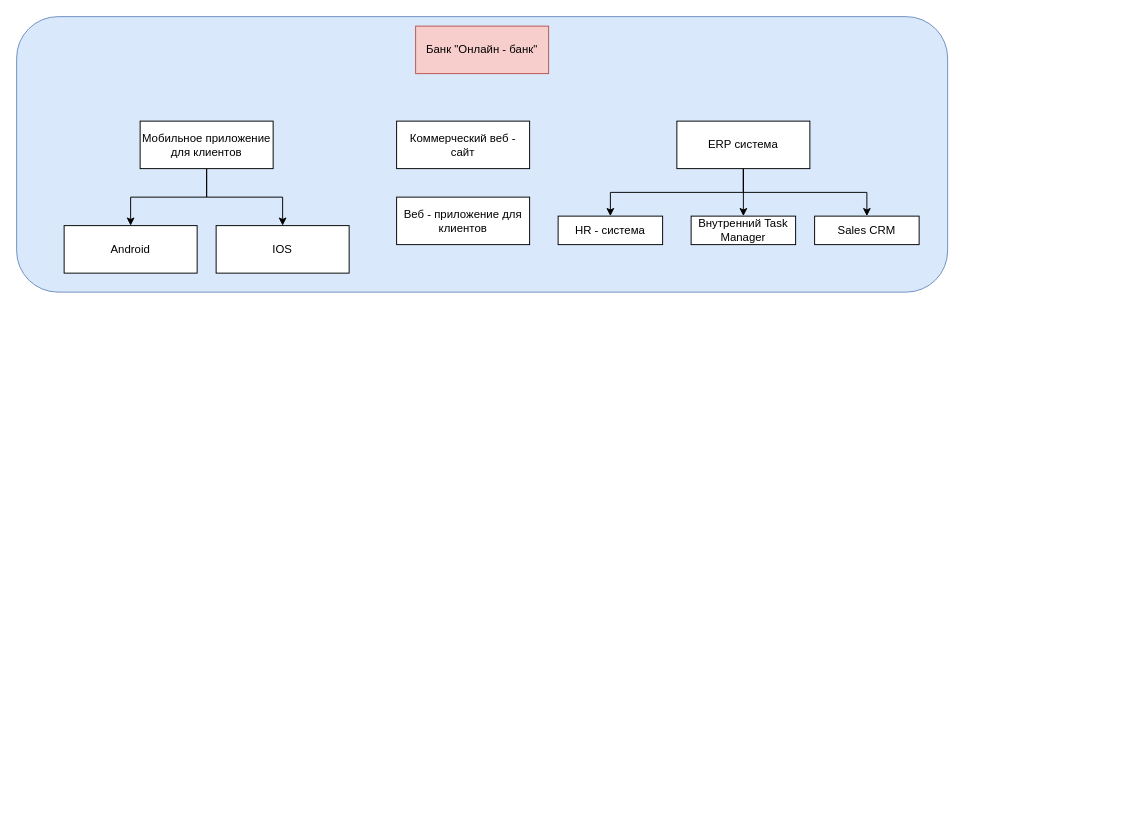
This is DevelopeDiagramHw.drawio from rmastodon0603/itstep_course_uml, a draw.io file, before an edit. Source tidied: cells renumbered, new cells numbered last; positions are measured from the earlier drawing's top-left corner, leaving out a move shared by most shapes. Both pictures are drawn from the tidied source at 95%, with x=0, y=0 at pixel (16, 16).
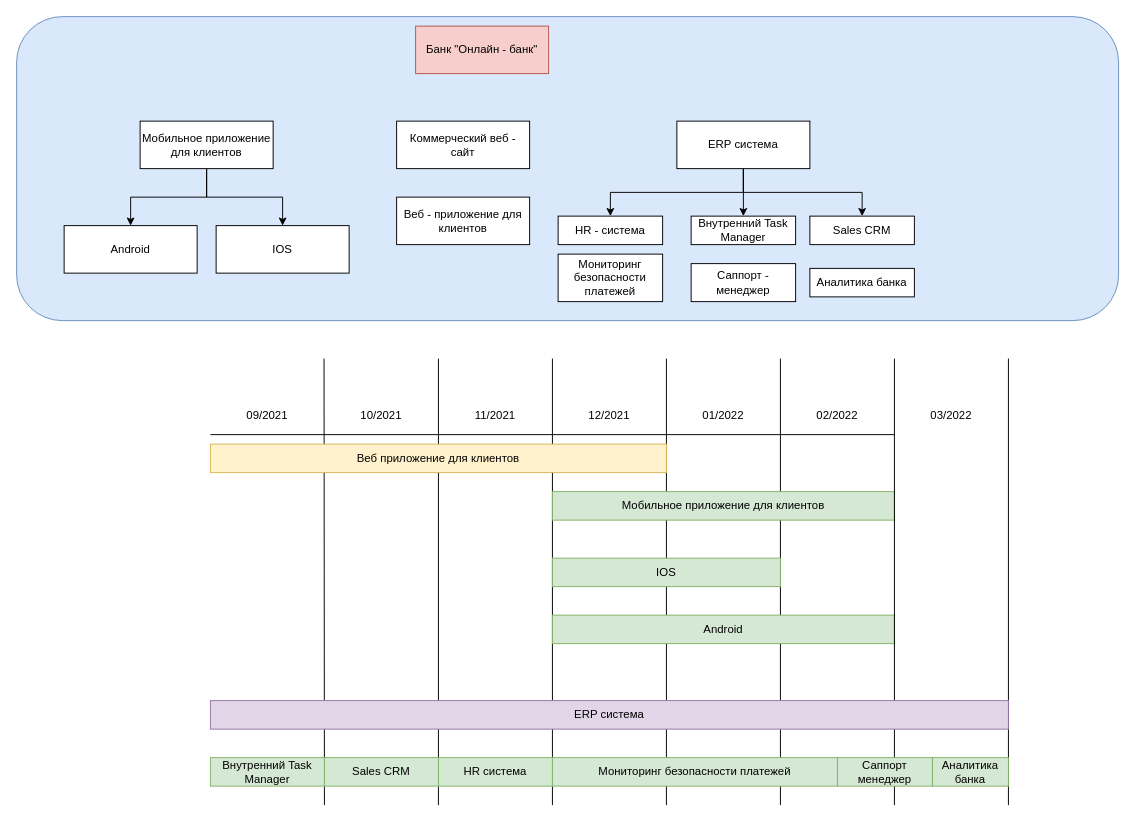
Above is the later version.

What changed in the source:
```diff
@@
     <mxCell id="2" style="rounded=1;whiteSpace=wrap;html=1;fillColor=#dae8fc;strokeColor=#6c8ebf;" parent="1" vertex="1">
-      <mxGeometry width="980" height="290" as="geometry" />
+      <mxGeometry width="1160" height="320" as="geometry" />
     </mxCell>
@@
     <mxCell id="14" value="Sales CRM" style="rounded=0;whiteSpace=wrap;html=1;" parent="1" vertex="1">
-      <mxGeometry x="840" y="210" width="110" height="30" as="geometry" />
+      <mxGeometry x="835" y="210" width="110" height="30" as="geometry" />
     </mxCell>
@@
+    <mxCell id="18" style="endArrow=none;html=1;" parent="1" edge="1">
+      <mxGeometry relative="1" as="geometry">
+        <mxPoint x="324" y="830" as="sourcePoint" />
+        <mxPoint x="323.6" y="360" as="targetPoint" />
+      </mxGeometry>
+    </mxCell>
+    <mxCell id="19" style="endArrow=none;html=1;" parent="1" edge="1">
+      <mxGeometry relative="1" as="geometry">
+        <mxPoint x="444" y="830" as="sourcePoint" />
+        <mxPoint x="444" y="360" as="targetPoint" />
+      </mxGeometry>
+    </mxCell>
+    <mxCell id="20" style="endArrow=none;html=1;" parent="1" edge="1">
+      <mxGeometry relative="1" as="geometry">
+        <mxPoint x="564" y="830" as="sourcePoint" />
+        <mxPoint x="564" y="360" as="targetPoint" />
+      </mxGeometry>
+    </mxCell>
+    <mxCell id="21" style="endArrow=none;html=1;" parent="1" edge="1">
+      <mxGeometry relative="1" as="geometry">
+        <mxPoint x="684" y="830" as="sourcePoint" />
+        <mxPoint x="684" y="360" as="targetPoint" />
+      </mxGeometry>
+    </mxCell>
+    <mxCell id="22" style="endArrow=none;html=1;" parent="1" edge="1">
+      <mxGeometry relative="1" as="geometry">
+        <mxPoint x="804" y="830" as="sourcePoint" />
+        <mxPoint x="804" y="360" as="targetPoint" />
+      </mxGeometry>
+    </mxCell>
+    <mxCell id="23" style="endArrow=none;html=1;" parent="1" edge="1">
+      <mxGeometry relative="1" as="geometry">
+        <mxPoint x="204" y="440" as="sourcePoint" />
+        <mxPoint x="924" y="440" as="targetPoint" />
+      </mxGeometry>
+    </mxCell>
+    <mxCell id="24" value="Мобильное приложение для клиентов" style="rounded=0;whiteSpace=wrap;html=1;fillColor=#d5e8d4;strokeColor=#82b366;" parent="1" vertex="1">
+      <mxGeometry x="564" y="500" width="360" height="30" as="geometry" />
+    </mxCell>
+    <mxCell id="25" value="Android" style="rounded=0;whiteSpace=wrap;html=1;fillColor=#d5e8d4;strokeColor=#82b366;" parent="1" vertex="1">
+      <mxGeometry x="564" y="630" width="360" height="30" as="geometry" />
+    </mxCell>
+    <mxCell id="26" value="IOS" style="rounded=0;whiteSpace=wrap;html=1;fillColor=#d5e8d4;strokeColor=#82b366;" parent="1" vertex="1">
+      <mxGeometry x="564" y="570" width="240" height="30" as="geometry" />
+    </mxCell>
+    <mxCell id="27" value="Веб приложение для клиентов" style="rounded=0;whiteSpace=wrap;html=1;fillColor=#fff2cc;strokeColor=#d6b656;" parent="1" vertex="1">
+      <mxGeometry x="204" y="450" width="480" height="30" as="geometry" />
+    </mxCell>
+    <mxCell id="28" value="09/2021" style="text;html=1;strokeColor=none;fillColor=none;align=center;verticalAlign=middle;whiteSpace=wrap;rounded=0;" parent="1" vertex="1">
+      <mxGeometry x="204" y="400" width="120" height="40" as="geometry" />
+    </mxCell>
+    <mxCell id="29" value="10/2021" style="text;html=1;strokeColor=none;fillColor=none;align=center;verticalAlign=middle;whiteSpace=wrap;rounded=0;" parent="1" vertex="1">
+      <mxGeometry x="324" y="400" width="120" height="40" as="geometry" />
+    </mxCell>
+    <mxCell id="30" value="11/2021" style="text;html=1;strokeColor=none;fillColor=none;align=center;verticalAlign=middle;whiteSpace=wrap;rounded=0;" parent="1" vertex="1">
+      <mxGeometry x="444" y="400" width="120" height="40" as="geometry" />
+    </mxCell>
+    <mxCell id="31" value="12/2021" style="text;html=1;strokeColor=none;fillColor=none;align=center;verticalAlign=middle;whiteSpace=wrap;rounded=0;" parent="1" vertex="1">
+      <mxGeometry x="564" y="400" width="120" height="40" as="geometry" />
+    </mxCell>
+    <mxCell id="32" value="01/2022" style="text;html=1;strokeColor=none;fillColor=none;align=center;verticalAlign=middle;whiteSpace=wrap;rounded=0;" parent="1" vertex="1">
+      <mxGeometry x="684" y="400" width="120" height="40" as="geometry" />
+    </mxCell>
+    <mxCell id="33" value="02/2022" style="text;html=1;strokeColor=none;fillColor=none;align=center;verticalAlign=middle;whiteSpace=wrap;rounded=0;" parent="1" vertex="1">
+      <mxGeometry x="804" y="400" width="120" height="40" as="geometry" />
+    </mxCell>
+    <mxCell id="34" style="endArrow=none;html=1;" parent="1" edge="1">
+      <mxGeometry relative="1" as="geometry">
+        <mxPoint x="924" y="830" as="sourcePoint" />
+        <mxPoint x="924" y="360" as="targetPoint" />
+      </mxGeometry>
+    </mxCell>
+    <mxCell id="35" style="endArrow=none;html=1;" parent="1" edge="1">
+      <mxGeometry relative="1" as="geometry">
+        <mxPoint x="1044" y="830" as="sourcePoint" />
+        <mxPoint x="1044" y="360" as="targetPoint" />
+      </mxGeometry>
+    </mxCell>
+    <mxCell id="36" value="03/2022" style="text;html=1;strokeColor=none;fillColor=none;align=center;verticalAlign=middle;whiteSpace=wrap;rounded=0;" parent="1" vertex="1">
+      <mxGeometry x="924" y="400" width="120" height="40" as="geometry" />
+    </mxCell>
+    <mxCell id="37" value="ERP система" style="rounded=0;whiteSpace=wrap;html=1;fillColor=#e1d5e7;strokeColor=#9673a6;" parent="1" vertex="1">
+      <mxGeometry x="204" y="720" width="840" height="30" as="geometry" />
+    </mxCell>
+    <mxCell id="38" value="Внутренний Task Manager" style="rounded=0;whiteSpace=wrap;html=1;fillColor=#d5e8d4;strokeColor=#82b366;" parent="1" vertex="1">
+      <mxGeometry x="204" y="780" width="120" height="30" as="geometry" />
+    </mxCell>
+    <mxCell id="39" value="Sales CRM" style="rounded=0;whiteSpace=wrap;html=1;fillColor=#d5e8d4;strokeColor=#82b366;" parent="1" vertex="1">
+      <mxGeometry x="324" y="780" width="120" height="30" as="geometry" />
+    </mxCell>
+    <mxCell id="40" value="HR система" style="rounded=0;whiteSpace=wrap;html=1;fillColor=#d5e8d4;strokeColor=#82b366;" parent="1" vertex="1">
+      <mxGeometry x="444" y="780" width="120" height="30" as="geometry" />
+    </mxCell>
+    <mxCell id="41" value="Мониторинг безопасности платежей" style="rounded=0;whiteSpace=wrap;html=1;" parent="1" vertex="1">
+      <mxGeometry x="570" y="250" width="110" height="50" as="geometry" />
+    </mxCell>
+    <mxCell id="42" value="Саппорт - менеджер" style="rounded=0;whiteSpace=wrap;html=1;" parent="1" vertex="1">
+      <mxGeometry x="710" y="260" width="110" height="40" as="geometry" />
+    </mxCell>
+    <mxCell id="43" value="Аналитика банка" style="rounded=0;whiteSpace=wrap;html=1;" parent="1" vertex="1">
+      <mxGeometry x="835" y="265" width="110" height="30" as="geometry" />
+    </mxCell>
+    <mxCell id="44" value="Мониторинг безопасности платежей" style="rounded=0;whiteSpace=wrap;html=1;fillColor=#d5e8d4;strokeColor=#82b366;" parent="1" vertex="1">
+      <mxGeometry x="564" y="780" width="300" height="30" as="geometry" />
+    </mxCell>
+    <mxCell id="45" value="Саппорт менеджер" style="rounded=0;whiteSpace=wrap;html=1;fillColor=#d5e8d4;strokeColor=#82b366;" parent="1" vertex="1">
+      <mxGeometry x="864" y="780" width="100" height="30" as="geometry" />
+    </mxCell>
+    <mxCell id="46" value="Аналитика банка" style="rounded=0;whiteSpace=wrap;html=1;fillColor=#d5e8d4;strokeColor=#82b366;" parent="1" vertex="1">
+      <mxGeometry x="964" y="780" width="80" height="30" as="geometry" />
+    </mxCell>
```
